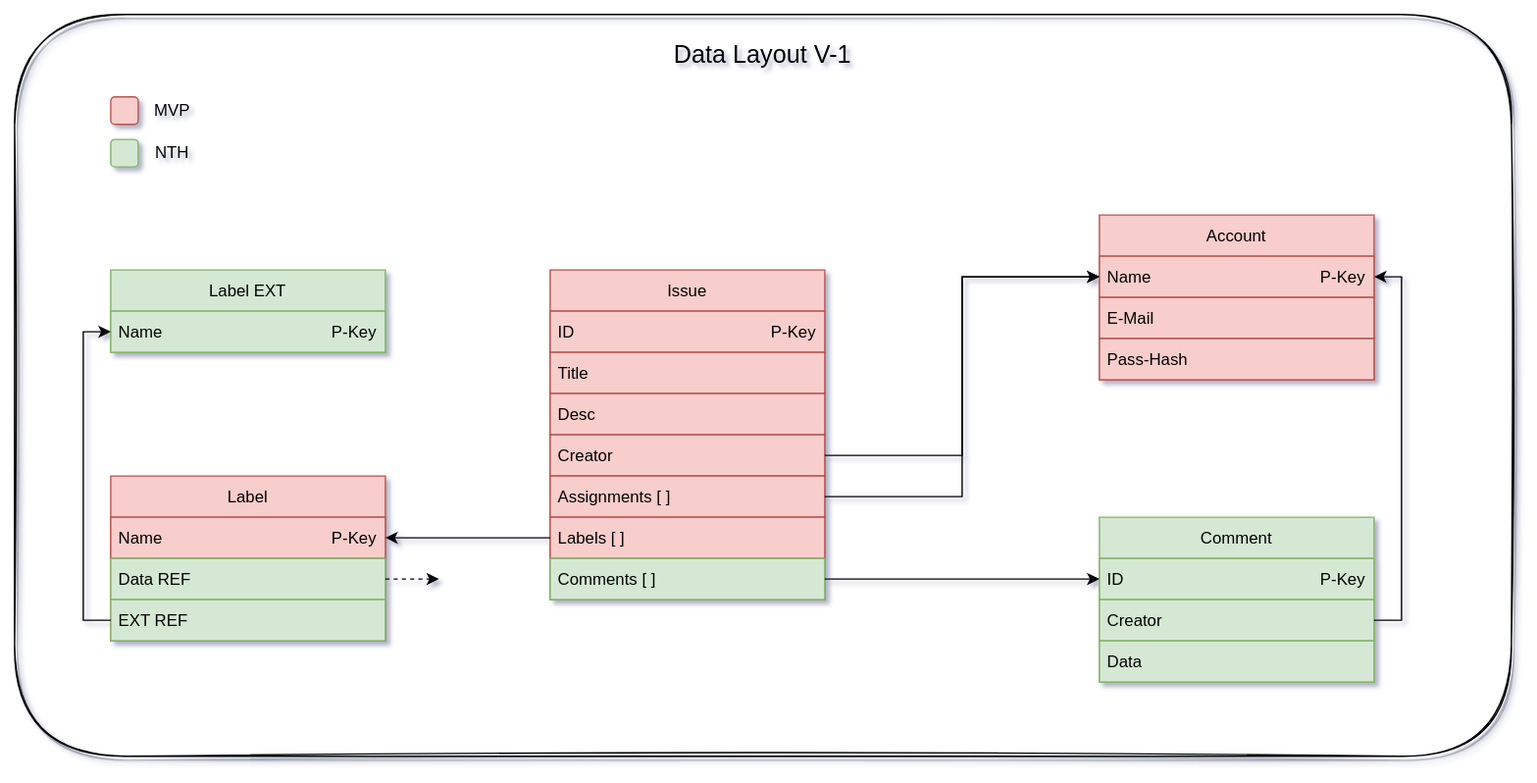
The draw.io diagram prototyping/Data_Layout.svg in julilili42/ViewBoard, before a commit. Source tidied: cells renumbered, new cells last; positions are measured from the earlier drawing's top-left corner, leaving out a move shared by most shapes.
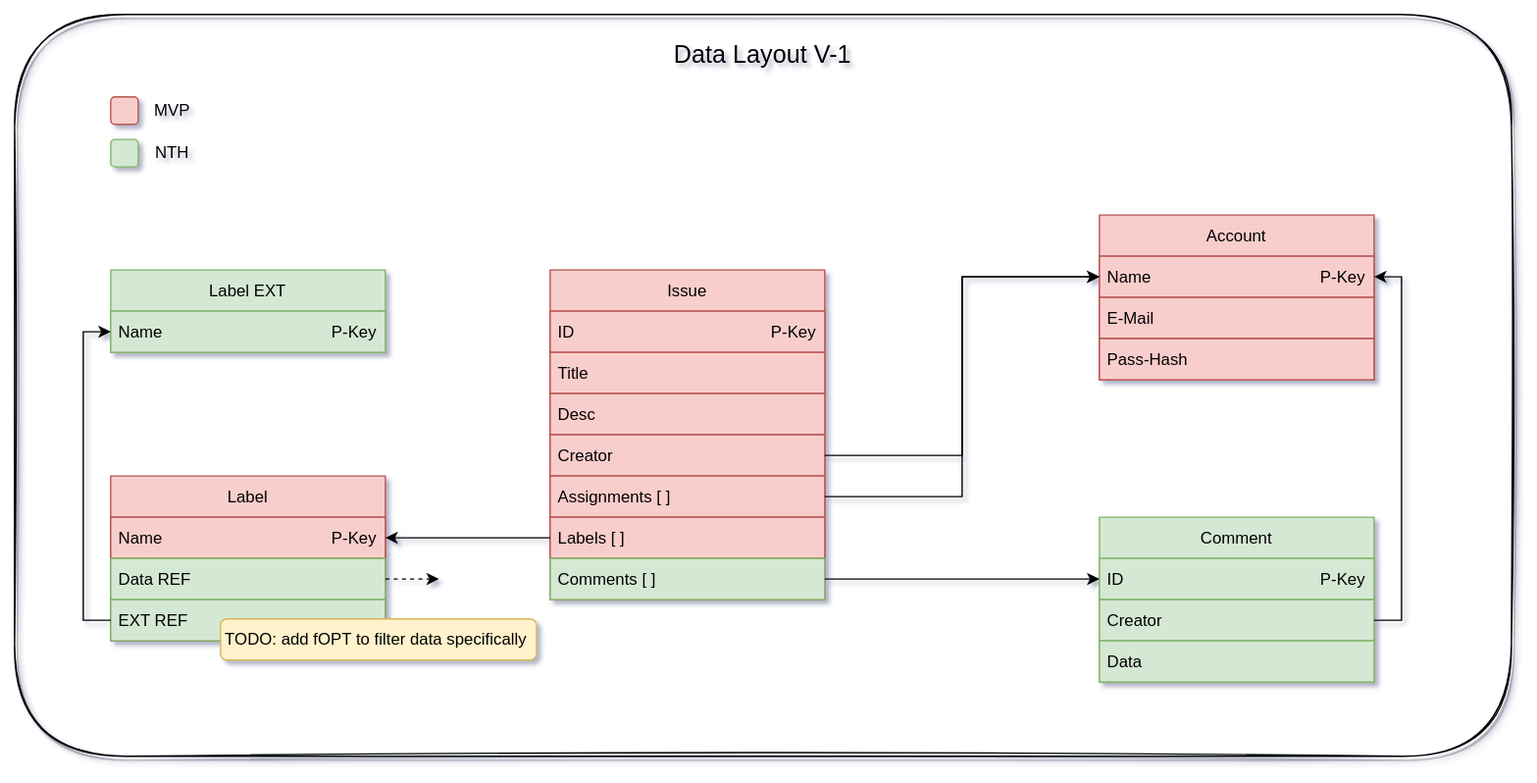
After the change.

Commit message:
[proto] added fOPT todo

Change to the diagram source:
```diff
@@ -109,5 +109,8 @@
         <mxPoint x="309" y="411" as="targetPoint" />
       </mxGeometry>
     </mxCell>
+    <mxCell id="37" value="TODO: add fOPT to filter data specifically&amp;nbsp;" style="text;html=1;align=center;verticalAlign=middle;whiteSpace=wrap;rounded=1;fillColor=#fff2cc;strokeColor=#d6b656;" parent="1" vertex="1">
+      <mxGeometry x="150" y="440" width="230" height="30" as="geometry" />
+    </mxCell>
   </root>
 </mxGraphModel>
```
